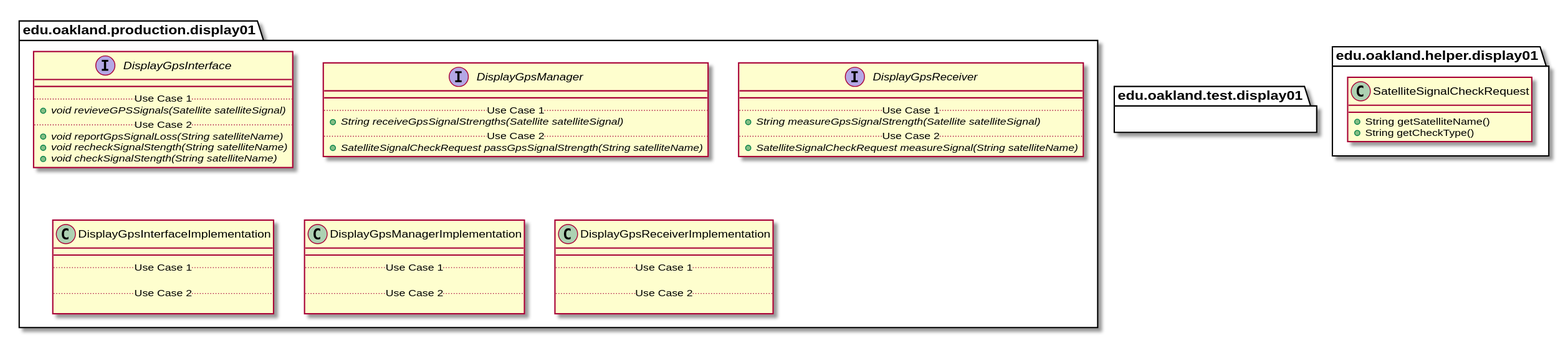
Before: docs/uml-class-diagrams/display01/Display01Packages.svg, a diagram exported from PlantUML (andrewdimmer/csi-3370-software-project).
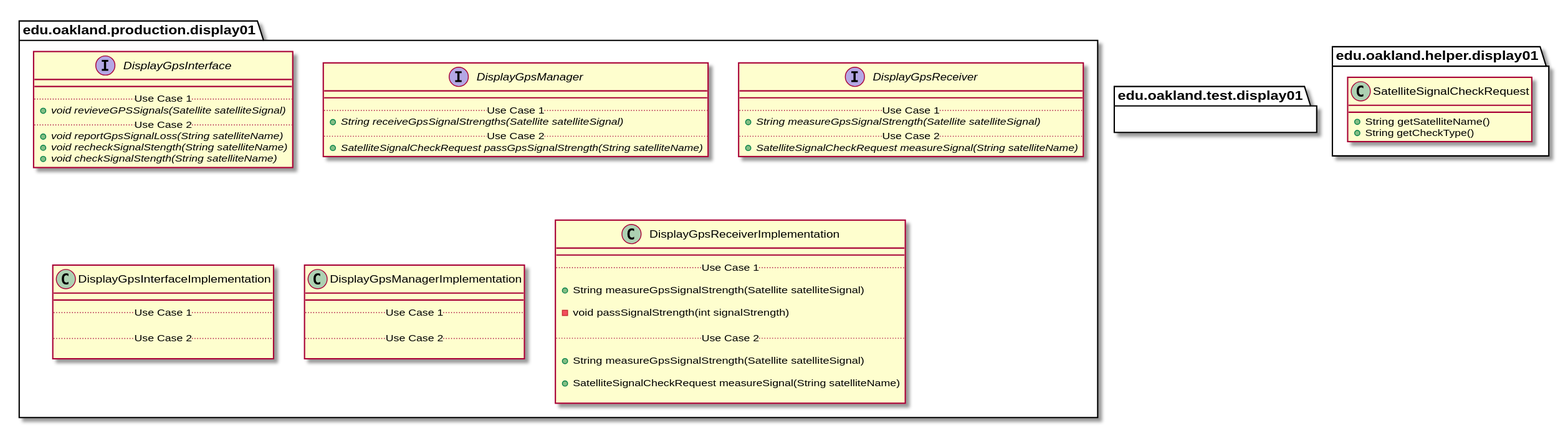
Later version of the same file.

The edit, as a diff of the source:
```diff
@@ -68,7 +68,15 @@
         __
         .. Use Case 1 ..
 
+        + String measureGpsSignalStrength(Satellite satelliteSignal)
+
+        - void passSignalStrength(int signalStrength)
+
         .. Use Case 2 ..
+
+        + String measureGpsSignalStrength(Satellite satelliteSignal)
+
+        + SatelliteSignalCheckRequest measureSignal(String satelliteName)
 
     }
 }
```
